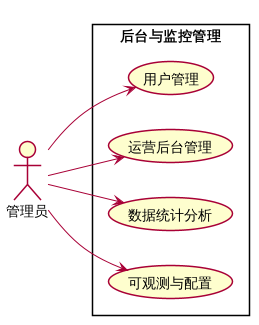
Before: docs/uml/用例图_后台与监控管理.png, a diagram exported from PlantUML (sy123567/-). Its source is kept beside it as docs/uml/用例图_后台与监控管理.puml. Its diagram source:
```plantuml
@startuml
skinparam defaultFontName "WenQuanYi Zen Hei"
skinparam shadowing false
left to right direction

actor 管理员 as admin

rectangle "后台与监控管理" {
  usecase "用户管理" as b1
  usecase "运营后台管理" as b2
  usecase "数据统计分析" as b3
  usecase "可观测与配置" as b4
}

admin --> b1
admin --> b2
admin --> b3
admin --> b4
@enduml
```
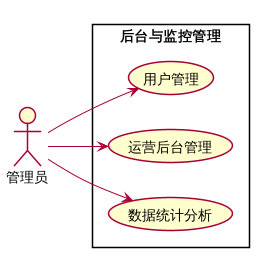
After the commit.

Change to the diagram source:
```diff
@@ -9,11 +9,9 @@
   usecase "用户管理" as b1
   usecase "运营后台管理" as b2
   usecase "数据统计分析" as b3
-  usecase "可观测与配置" as b4
 }
 
 admin --> b1
 admin --> b2
 admin --> b3
-admin --> b4
 @enduml
```
